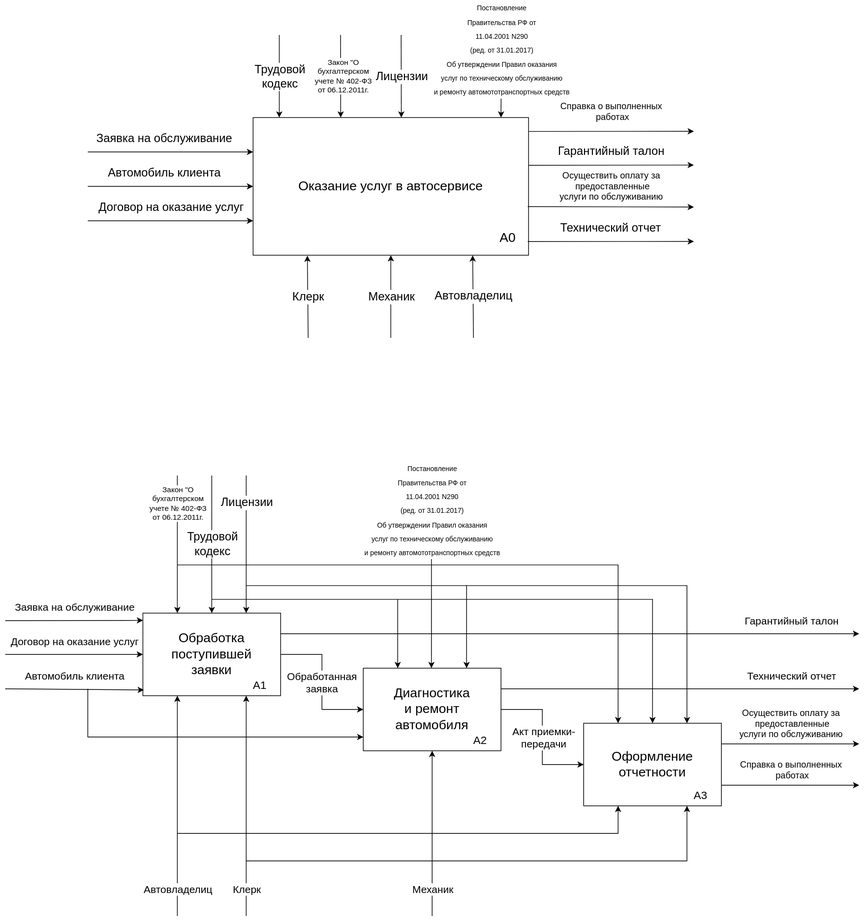
Earlier version of the draw.io export Диаграмма IDEF A-0.drawio.svg (Saxaridze/trash). Source tidied: cells renumbered, new cells last; positions are measured from the earlier drawing's top-left corner, leaving out a move shared by most shapes.
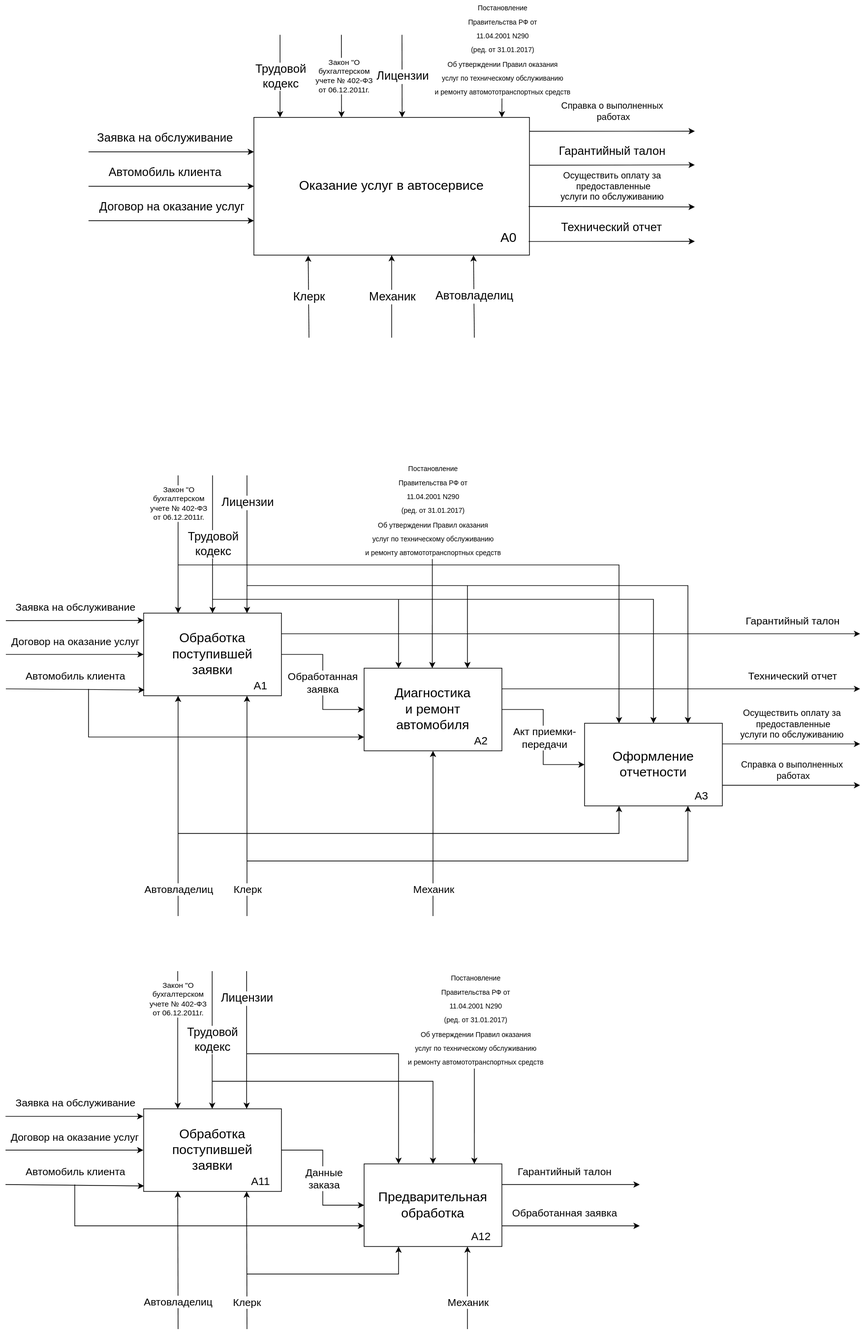
The same diagram one commit later.

Change to the diagram source:
```diff
@@ -387,5 +387,185 @@
     <mxCell id="77" value="A3" style="text;html=1;strokeColor=none;fillColor=none;align=center;verticalAlign=middle;whiteSpace=wrap;rounded=0;fontSize=16;" parent="1" vertex="1">
       <mxGeometry x="980" y="1090" width="60" height="30" as="geometry" />
     </mxCell>
+    <mxCell id="78" value="&lt;font style=&quot;font-size: 19px;&quot;&gt;Обработка&lt;br style=&quot;font-size: 19px;&quot;&gt;поступившей&lt;br style=&quot;font-size: 19px;&quot;&gt;заявки&lt;/font&gt;" style="rounded=0;whiteSpace=wrap;html=1;fontSize=19;" parent="1" vertex="1">
+      <mxGeometry x="200" y="1560" width="200" height="120" as="geometry" />
+    </mxCell>
+    <mxCell id="79" value="A11" style="text;html=1;strokeColor=none;fillColor=none;align=center;verticalAlign=middle;whiteSpace=wrap;rounded=0;fontSize=16;" parent="1" vertex="1">
+      <mxGeometry x="340" y="1650" width="60" height="30" as="geometry" />
+    </mxCell>
+    <mxCell id="80" value="Предварительная&lt;br&gt;обработка" style="rounded=0;whiteSpace=wrap;html=1;fontSize=19;" parent="1" vertex="1">
+      <mxGeometry x="520" y="1640" width="200" height="120" as="geometry" />
+    </mxCell>
+    <mxCell id="81" value="A12" style="text;html=1;strokeColor=none;fillColor=none;align=center;verticalAlign=middle;whiteSpace=wrap;rounded=0;fontSize=16;" parent="1" vertex="1">
+      <mxGeometry x="660" y="1730" width="60" height="30" as="geometry" />
+    </mxCell>
+    <mxCell id="82" style="endArrow=classic;html=1;rounded=0;exitX=1;exitY=0.5;exitDx=0;exitDy=0;entryX=0;entryY=0.5;entryDx=0;entryDy=0;" parent="1" edge="1" source="78" target="80">
+      <mxGeometry relative="1" as="geometry">
+        <Array as="points">
+          <mxPoint x="460" y="1620" />
+          <mxPoint x="460" y="1700" />
+        </Array>
+      </mxGeometry>
+    </mxCell>
+    <mxCell id="83" value="Данные&lt;br style=&quot;font-size: 15px;&quot;&gt;заказа" style="edgeLabel;html=1;align=center;verticalAlign=middle;fontSize=15;" parent="82" vertex="1">
+      <mxGeometry x="0.1" y="1" relative="1" as="geometry">
+        <mxPoint y="-10" as="offset" />
+      </mxGeometry>
+    </mxCell>
+    <mxCell id="84" style="endArrow=classic;html=1;rounded=0;entryX=0.001;entryY=0.088;entryDx=0;entryDy=0;entryPerimeter=0;" parent="1" edge="1">
+      <mxGeometry relative="1" as="geometry">
+        <mxPoint x="-0.5" y="1571" as="sourcePoint" />
+        <mxPoint x="199.5" y="1571" as="targetPoint" />
+      </mxGeometry>
+    </mxCell>
+    <mxCell id="85" value="Заявка на обслуживание" style="edgeLabel;html=1;align=center;verticalAlign=middle;fontSize=15;" parent="1" vertex="1">
+      <mxGeometry x="100" y="1550" as="geometry" />
+    </mxCell>
+    <mxCell id="86" style="endArrow=classic;html=1;rounded=0;entryX=0.007;entryY=0.93;entryDx=0;entryDy=0;entryPerimeter=0;" parent="1" edge="1">
+      <mxGeometry relative="1" as="geometry">
+        <mxPoint x="-0.5" y="1670" as="sourcePoint" />
+        <mxPoint x="200.5" y="1672" as="targetPoint" />
+      </mxGeometry>
+    </mxCell>
+    <mxCell id="87" value="Автомобиль клиента" style="edgeLabel;html=1;align=center;verticalAlign=middle;fontSize=15;" parent="1" vertex="1">
+      <mxGeometry x="100" y="1650" as="geometry" />
+    </mxCell>
+    <mxCell id="88" style="endArrow=classic;html=1;rounded=0;entryX=0;entryY=0.5;entryDx=0;entryDy=0;" parent="1" edge="1">
+      <mxGeometry relative="1" as="geometry">
+        <mxPoint x="-0.5" y="1620" as="sourcePoint" />
+        <mxPoint x="199.5" y="1620" as="targetPoint" />
+      </mxGeometry>
+    </mxCell>
+    <mxCell id="89" value="Договор на оказание услуг" style="edgeLabel;html=1;align=center;verticalAlign=middle;fontSize=15;" parent="88" vertex="1">
+      <mxGeometry x="-0.2" y="-1" relative="1" as="geometry">
+        <mxPoint x="20" y="-21" as="offset" />
+      </mxGeometry>
+    </mxCell>
+    <mxCell id="90" style="endArrow=classic;html=1;rounded=0;entryX=0.25;entryY=0;entryDx=0;entryDy=0;" parent="1" edge="1">
+      <mxGeometry relative="1" as="geometry">
+        <mxPoint x="249.5" y="1360" as="sourcePoint" />
+        <mxPoint x="249.5" y="1560" as="targetPoint" />
+      </mxGeometry>
+    </mxCell>
+    <mxCell id="91" value="Закон &quot;О&lt;br&gt;бухгалтерском&lt;br&gt;учете № 402-ФЗ&lt;br&gt;от 06.12.2011г." style="edgeLabel;html=1;align=center;verticalAlign=middle;" parent="90" vertex="1">
+      <mxGeometry x="-0.24" relative="1" as="geometry">
+        <mxPoint y="-36" as="offset" />
+      </mxGeometry>
+    </mxCell>
+    <mxCell id="92" style="endArrow=classic;html=1;rounded=0;entryX=0.5;entryY=0;entryDx=0;entryDy=0;" parent="1" edge="1">
+      <mxGeometry relative="1" as="geometry">
+        <mxPoint x="299.5" y="1360" as="sourcePoint" />
+        <mxPoint x="299.5" y="1560" as="targetPoint" />
+      </mxGeometry>
+    </mxCell>
+    <mxCell id="93" value="&lt;span style=&quot;font-size: 17px;&quot;&gt;Трудовой&lt;br style=&quot;font-size: 17px;&quot;&gt;&lt;/span&gt;кодекс" style="edgeLabel;html=1;align=center;verticalAlign=middle;fontSize=17;" parent="92" vertex="1">
+      <mxGeometry x="-0.67" y="3" relative="1" as="geometry">
+        <mxPoint x="-3" y="66" as="offset" />
+      </mxGeometry>
+    </mxCell>
+    <mxCell id="94" style="endArrow=classic;html=1;rounded=0;entryX=0.75;entryY=0;entryDx=0;entryDy=0;" parent="1" edge="1">
+      <mxGeometry relative="1" as="geometry">
+        <mxPoint x="349.5" y="1360" as="sourcePoint" />
+        <mxPoint x="349.5" y="1560" as="targetPoint" />
+      </mxGeometry>
+    </mxCell>
+    <mxCell id="95" value="Лицензии" style="edgeLabel;html=1;align=center;verticalAlign=middle;fontSize=17;" parent="94" vertex="1">
+      <mxGeometry x="-0.27" y="2" relative="1" as="geometry">
+        <mxPoint x="-2" y="-34" as="offset" />
+      </mxGeometry>
+    </mxCell>
+    <mxCell id="96" style="endArrow=classic;html=1;rounded=0;entryX=0.25;entryY=1;entryDx=0;entryDy=0;" parent="1" edge="1">
+      <mxGeometry relative="1" as="geometry">
+        <mxPoint x="250" y="1880" as="sourcePoint" />
+        <mxPoint x="249.5" y="1680" as="targetPoint" />
+      </mxGeometry>
+    </mxCell>
+    <mxCell id="97" value="&lt;font style=&quot;font-size: 15px;&quot;&gt;Автовладелиц&lt;/font&gt;" style="edgeLabel;html=1;align=center;verticalAlign=middle;fontSize=15;" parent="96" vertex="1">
+      <mxGeometry x="-0.11" y="-1" relative="1" as="geometry">
+        <mxPoint x="-1" y="49" as="offset" />
+      </mxGeometry>
+    </mxCell>
+    <mxCell id="98" style="endArrow=classic;html=1;rounded=0;entryX=0.75;entryY=1;entryDx=0;entryDy=0;" parent="1" edge="1">
+      <mxGeometry relative="1" as="geometry">
+        <mxPoint x="350" y="1880" as="sourcePoint" />
+        <mxPoint x="349.5" y="1680" as="targetPoint" />
+      </mxGeometry>
+    </mxCell>
+    <mxCell id="99" value="Клерк" style="edgeLabel;html=1;align=center;verticalAlign=middle;fontSize=15;" parent="98" vertex="1">
+      <mxGeometry x="-0.17" y="1" relative="1" as="geometry">
+        <mxPoint x="1" y="43" as="offset" />
+      </mxGeometry>
+    </mxCell>
+    <mxCell id="100" style="endArrow=classic;html=1;rounded=0;entryX=0.25;entryY=1;entryDx=0;entryDy=0;" parent="1" edge="1" target="80">
+      <mxGeometry relative="1" as="geometry">
+        <mxPoint x="350" y="1800" as="sourcePoint" />
+        <Array as="points">
+          <mxPoint x="570" y="1800" />
+        </Array>
+      </mxGeometry>
+    </mxCell>
+    <mxCell id="101" style="endArrow=classic;html=1;rounded=0;exitX=1;exitY=0.75;exitDx=0;exitDy=0;" parent="1" edge="1" source="80">
+      <mxGeometry relative="1" as="geometry">
+        <mxPoint x="920" y="1730" as="targetPoint" />
+      </mxGeometry>
+    </mxCell>
+    <mxCell id="102" value="Обработанная заявка" style="edgeLabel;html=1;align=center;verticalAlign=middle;fontSize=15;" parent="101" vertex="1">
+      <mxGeometry x="0.1" y="-1" relative="1" as="geometry">
+        <mxPoint x="-20" y="-21" as="offset" />
+      </mxGeometry>
+    </mxCell>
+    <mxCell id="103" style="endArrow=classic;html=1;rounded=0;entryX=0;entryY=0.75;entryDx=0;entryDy=0;" parent="1" edge="1" target="80">
+      <mxGeometry relative="1" as="geometry">
+        <mxPoint x="100" y="1670" as="sourcePoint" />
+        <Array as="points">
+          <mxPoint x="100" y="1730" />
+        </Array>
+      </mxGeometry>
+    </mxCell>
+    <mxCell id="104" style="endArrow=classic;html=1;rounded=0;entryX=0.75;entryY=1;entryDx=0;entryDy=0;" parent="1" edge="1" target="80">
+      <mxGeometry relative="1" as="geometry">
+        <mxPoint x="670" y="1880" as="sourcePoint" />
+      </mxGeometry>
+    </mxCell>
+    <mxCell id="105" value="Механик" style="edgeLabel;html=1;align=center;verticalAlign=middle;fontSize=15;" parent="1" vertex="1">
+      <mxGeometry x="670" y="1840" as="geometry" />
+    </mxCell>
+    <mxCell id="106" style="endArrow=classic;html=1;rounded=0;entryX=0.849;entryY=-0.004;entryDx=0;entryDy=0;entryPerimeter=0;" parent="1" edge="1">
+      <mxGeometry relative="1" as="geometry">
+        <mxPoint x="680" y="1360" as="sourcePoint" />
+        <mxPoint x="680" y="1640" as="targetPoint" />
+      </mxGeometry>
+    </mxCell>
+    <mxCell id="107" value="&lt;font style=&quot;font-size: 10px;&quot;&gt;Постановление&lt;br&gt;Правительства РФ от&lt;br&gt;11.04.2001 N290&lt;br&gt;(ред. от 31.01.2017)&lt;br&gt;Об утверждении Правил оказания&lt;br&gt;услуг по техническому обслуживанию &lt;br&gt;и ремонту автомототранспортных средств&lt;/font&gt;" style="edgeLabel;html=1;align=center;verticalAlign=middle;fontSize=17;" parent="106" vertex="1">
+      <mxGeometry x="-0.25" y="-1" relative="1" as="geometry">
+        <mxPoint x="2" y="-35" as="offset" />
+      </mxGeometry>
+    </mxCell>
+    <mxCell id="108" style="endArrow=classic;html=1;rounded=0;entryX=0.25;entryY=0;entryDx=0;entryDy=0;" parent="1" edge="1" target="80">
+      <mxGeometry relative="1" as="geometry">
+        <mxPoint x="350" y="1480" as="sourcePoint" />
+        <Array as="points">
+          <mxPoint x="570" y="1480" />
+        </Array>
+      </mxGeometry>
+    </mxCell>
+    <mxCell id="109" style="endArrow=classic;html=1;rounded=0;entryX=0.5;entryY=0;entryDx=0;entryDy=0;" parent="1" edge="1" target="80">
+      <mxGeometry relative="1" as="geometry">
+        <mxPoint x="300" y="1520" as="sourcePoint" />
+        <Array as="points">
+          <mxPoint x="620" y="1520" />
+        </Array>
+      </mxGeometry>
+    </mxCell>
+    <mxCell id="110" style="endArrow=classic;html=1;rounded=0;exitX=1;exitY=0.25;exitDx=0;exitDy=0;" parent="1" edge="1" source="80">
+      <mxGeometry relative="1" as="geometry">
+        <mxPoint x="920" y="1670" as="targetPoint" />
+      </mxGeometry>
+    </mxCell>
+    <mxCell id="111" value="Гарантийный талон" style="edgeLabel;html=1;align=center;verticalAlign=middle;fontSize=15;" parent="110" vertex="1">
+      <mxGeometry x="-0.36" y="-2" relative="1" as="geometry">
+        <mxPoint x="26" y="-22" as="offset" />
+      </mxGeometry>
+    </mxCell>
   </root>
 </mxGraphModel>
```
